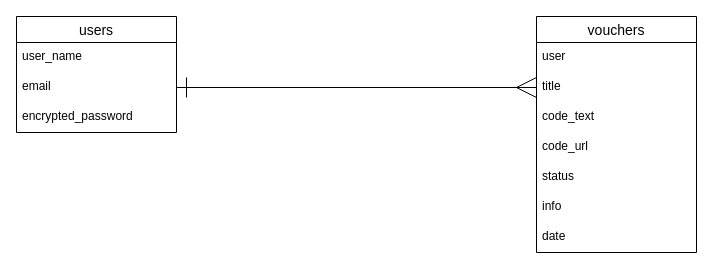
Before: OTOQS_ER.dio in DaiC-S/otoqs, a draw.io diagram. Source tidied: cells renumbered, new cells numbered last; positions are measured from the earlier drawing's top-left corner, leaving out a move shared by most shapes. Both pictures are drawn from the tidied source at 100%, with x=0, y=0 at pixel (16, 16).
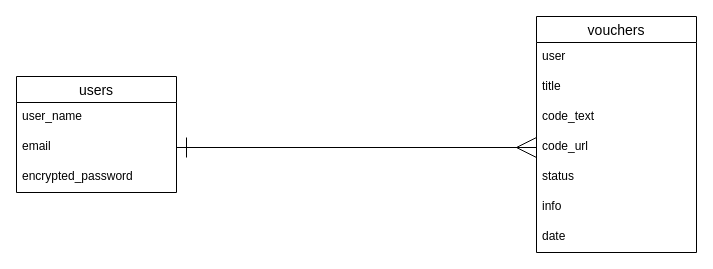
The same page after the edit.

What changed in the source:
```diff
@@
 <mxGraphModel>
   <root>
     <mxCell id="0" />
     <mxCell id="1" parent="0" />
     <mxCell id="2" value="users" style="swimlane;fontStyle=0;horizontal=1;startSize=26;align=center;fontSize=14;" parent="1" vertex="1">
-      <mxGeometry width="160" height="116" as="geometry" />
+      <mxGeometry y="60" width="160" height="116" as="geometry" />
     </mxCell>
     <mxCell id="3" value="user_name" style="text;strokeColor=none;fillColor=none;spacingLeft=4;spacingRight=4;overflow=hidden;fontSize=12;" parent="2" vertex="1">
       <mxGeometry y="26" width="160" height="30" as="geometry" />
     </mxCell>
     <mxCell id="4" value="email" style="text;strokeColor=none;fillColor=none;spacingLeft=4;spacingRight=4;overflow=hidden;points=[[0,0.5],[1,0.5]];portConstraint=eastwest;fontSize=12;" parent="2" vertex="1">
       <mxGeometry y="56" width="160" height="30" as="geometry" />
     </mxCell>
     <mxCell id="5" value="encrypted_password" style="text;strokeColor=none;fillColor=none;spacingLeft=4;spacingRight=4;overflow=hidden;fontSize=12;" parent="2" vertex="1">
       <mxGeometry y="86" width="160" height="30" as="geometry" />
     </mxCell>
     <mxCell id="6" value="vouchers" style="swimlane;fontStyle=0;horizontal=1;startSize=26;align=center;fontSize=14;" parent="1" vertex="1">
       <mxGeometry x="520" width="160" height="236" as="geometry" />
     </mxCell>
     <mxCell id="7" value="user" style="text;strokeColor=none;fillColor=none;spacingLeft=4;spacingRight=4;overflow=hidden;fontSize=12;" parent="6" vertex="1">
       <mxGeometry y="26" width="160" height="30" as="geometry" />
     </mxCell>
     <mxCell id="8" value="title" style="text;strokeColor=none;fillColor=none;spacingLeft=4;spacingRight=4;overflow=hidden;points=[[0,0.5],[1,0.5]];portConstraint=eastwest;fontSize=12;" parent="6" vertex="1">
       <mxGeometry y="56" width="160" height="30" as="geometry" />
     </mxCell>
     <mxCell id="9" value="code_text" style="text;strokeColor=none;fillColor=none;spacingLeft=4;spacingRight=4;overflow=hidden;fontSize=12;" parent="6" vertex="1">
       <mxGeometry y="86" width="160" height="30" as="geometry" />
     </mxCell>
     <mxCell id="10" value="code_url" style="text;strokeColor=none;fillColor=none;spacingLeft=4;spacingRight=4;overflow=hidden;points=[[0,0.5],[1,0.5]];portConstraint=eastwest;fontSize=12;" parent="6" vertex="1">
       <mxGeometry y="116" width="160" height="30" as="geometry" />
     </mxCell>
     <mxCell id="11" value="status" style="text;strokeColor=none;fillColor=none;spacingLeft=4;spacingRight=4;overflow=hidden;fontSize=12;" parent="6" vertex="1">
       <mxGeometry y="146" width="160" height="30" as="geometry" />
     </mxCell>
     <mxCell id="12" value="info" style="text;strokeColor=none;fillColor=none;spacingLeft=4;spacingRight=4;overflow=hidden;fontSize=12;" parent="6" vertex="1">
       <mxGeometry y="176" width="160" height="30" as="geometry" />
     </mxCell>
     <mxCell id="13" value="date" style="text;strokeColor=none;fillColor=none;spacingLeft=4;spacingRight=4;overflow=hidden;fontSize=12;" parent="6" vertex="1">
       <mxGeometry y="206" width="160" height="30" as="geometry" />
     </mxCell>
-    <mxCell id="14" style="edgeStyle=none;html=1;startArrow=ERmany;startFill=0;endArrow=ERone;endFill=0;strokeWidth=1;startSize=18;endSize=18;entryX=1;entryY=0.5;entryDx=0;entryDy=0;exitX=0;exitY=0.5;exitDx=0;exitDy=0;" parent="1" edge="1" source="8" target="4">
-      <mxGeometry relative="1" as="geometry" />
+    <mxCell id="14" style="edgeStyle=none;html=1;startArrow=ERmany;startFill=0;endArrow=ERone;endFill=0;strokeWidth=1;startSize=18;endSize=18;exitX=0;exitY=0.5;exitDx=0;exitDy=0;" parent="1" edge="1" source="10">
+      <mxGeometry relative="1" as="geometry">
+        <mxPoint x="160" y="131" as="targetPoint" />
+      </mxGeometry>
     </mxCell>
   </root>
 </mxGraphModel>
```
